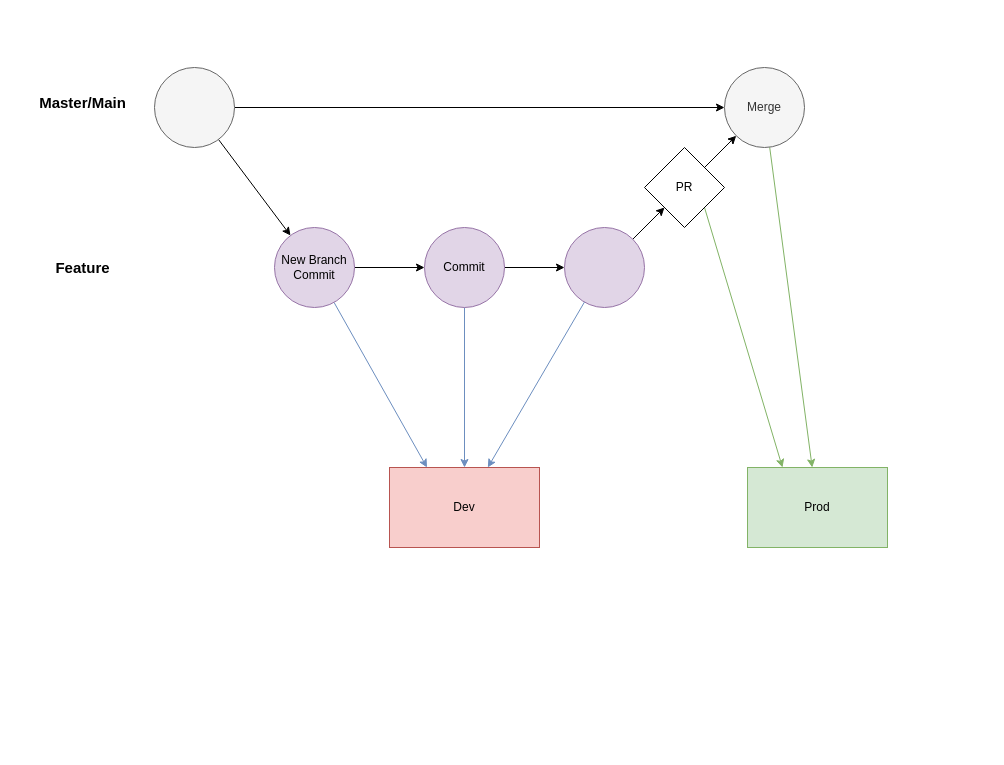
The draw.io diagram page "Pipeline Triggers" (3 of 3) of Sketchpad.drawio in ateterine/plains, before the edit. Source tidied: cells renumbered, new cells numbered last; positions are measured from the earlier drawing's top-left corner, leaving out a move shared by most shapes. Both pictures are drawn from the tidied source at 100%, with x=0, y=0 at pixel (27, 67).
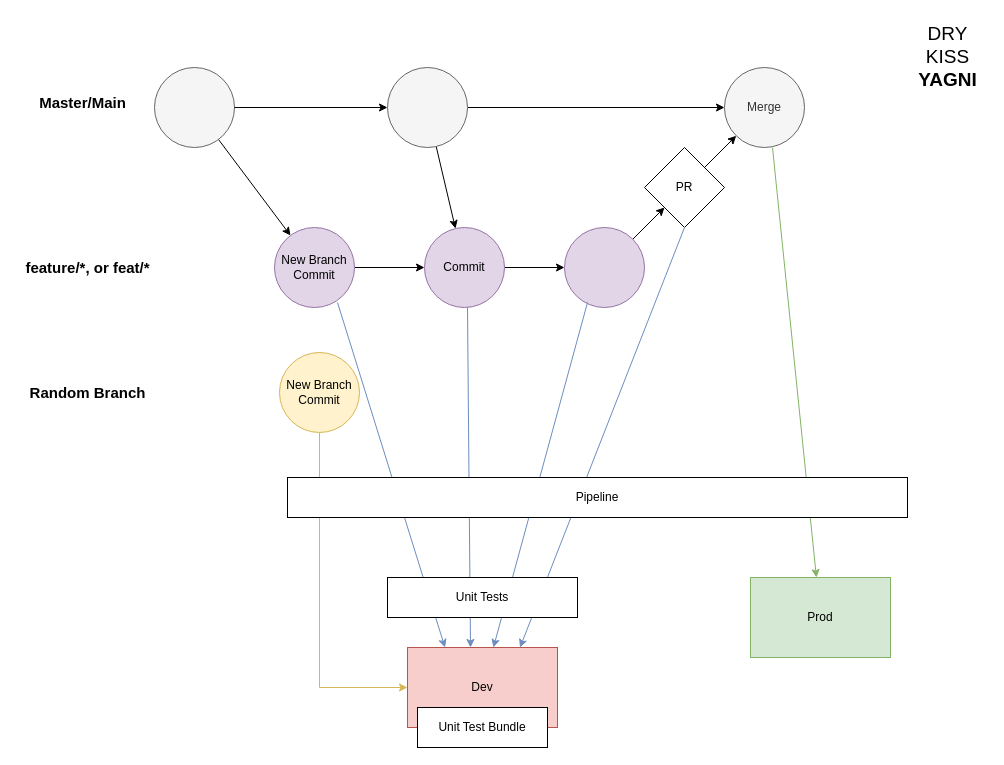
After the change.

Unchanged cells that the change refers to:
```xml
<mxCell id="6" style="ellipse;whiteSpace=wrap;html=1;fillColor=#f5f5f5;fontColor=#333333;strokeColor=#666666;" parent="1" vertex="1">
  <mxGeometry x="127" width="80" height="80" as="geometry" />
</mxCell>
<mxCell id="8" value="Merge" style="ellipse;whiteSpace=wrap;html=1;fillColor=#f5f5f5;fontColor=#333333;strokeColor=#666666;" parent="1" vertex="1">
  <mxGeometry x="697" width="80" height="80" as="geometry" />
</mxCell>
<mxCell id="11" value="New Branch&lt;div&gt;Commit&lt;/div&gt;" style="ellipse;whiteSpace=wrap;html=1;fillColor=#e1d5e7;strokeColor=#9673a6;" parent="1" vertex="1">
  <mxGeometry x="247" y="160" width="80" height="80" as="geometry" />
</mxCell>
<mxCell id="14" value="Commit" style="ellipse;whiteSpace=wrap;html=1;fillColor=#e1d5e7;strokeColor=#9673a6;" parent="1" vertex="1">
  <mxGeometry x="397" y="160" width="80" height="80" as="geometry" />
</mxCell>
<mxCell id="16" style="ellipse;whiteSpace=wrap;html=1;fillColor=#e1d5e7;strokeColor=#9673a6;" parent="1" vertex="1">
  <mxGeometry x="537" y="160" width="80" height="80" as="geometry" />
</mxCell>
<mxCell id="19" value="PR" style="rhombus;whiteSpace=wrap;html=1;" parent="1" vertex="1">
  <mxGeometry x="617" y="80" width="80" height="80" as="geometry" />
</mxCell>
```

Change to the diagram source:
```diff
@@
-    <mxCell id="2" value="Prod" style="rounded=0;whiteSpace=wrap;html=1;fillColor=#d5e8d4;strokeColor=#82b366;" parent="1" vertex="1">
-      <mxGeometry x="720" y="400" width="140" height="80" as="geometry" />
-    </mxCell>
-    <mxCell id="3" value="Dev" style="rounded=0;whiteSpace=wrap;html=1;fillColor=#f8cecc;strokeColor=#b85450;" parent="1" vertex="1">
-      <mxGeometry x="362" y="400" width="150" height="80" as="geometry" />
-    </mxCell>
-    <mxCell id="4" style="rounded=0;jettySize=auto;html=1;" parent="1" edge="1" source="6" target="8">
+    <mxCell id="4" style="rounded=0;jettySize=auto;html=1;" parent="1" edge="1" source="25" target="8">
       <mxGeometry relative="1" as="geometry" />
     </mxCell>
@@
-    <mxCell id="7" style="rounded=0;jettySize=auto;html=1;fillColor=#d5e8d4;strokeColor=#82b366;" parent="1" edge="1" source="8" target="2">
-      <mxGeometry relative="1" as="geometry" />
-    </mxCell>
@@
-    <mxCell id="10" style="rounded=0;jettySize=auto;html=1;fillColor=#dae8fc;strokeColor=#6c8ebf;entryX=0.25;entryY=0;entryDx=0;entryDy=0;" parent="1" edge="1" source="11" target="3">
-      <mxGeometry relative="1" as="geometry" />
-    </mxCell>
@@
-    <mxCell id="13" style="rounded=0;jettySize=auto;html=1;exitX=0.5;exitY=1;exitDx=0;exitDy=0;entryX=0.5;entryY=0;entryDx=0;entryDy=0;fillColor=#dae8fc;strokeColor=#6c8ebf;" parent="1" edge="1" source="14" target="3">
-      <mxGeometry relative="1" as="geometry" />
-    </mxCell>
@@
-    <mxCell id="18" style="rounded=0;jettySize=auto;html=1;exitX=1;exitY=1;exitDx=0;exitDy=0;entryX=0.25;entryY=0;entryDx=0;entryDy=0;fillColor=#d5e8d4;strokeColor=#82b366;" parent="1" edge="1" source="19" target="2">
-      <mxGeometry relative="1" as="geometry" />
-    </mxCell>
@@
-    <mxCell id="20" style="rounded=0;jettySize=auto;html=1;fillColor=#dae8fc;strokeColor=#6c8ebf;" parent="1" edge="1" source="16" target="3">
-      <mxGeometry relative="1" as="geometry" />
-    </mxCell>
-    <mxCell id="21" value="Feature" style="text;html=1;align=center;verticalAlign=middle;strokeColor=none;fillColor=none;fontStyle=1;fontSize=15;" parent="1" vertex="1">
-      <mxGeometry x="15" y="185" width="80" height="30" as="geometry" />
+    <mxCell id="21" value="feature/*, or feat/*" style="text;html=1;align=center;verticalAlign=middle;strokeColor=none;fillColor=none;fontStyle=1;fontSize=15;" parent="1" vertex="1">
+      <mxGeometry x="-10" y="185" width="140" height="30" as="geometry" />
     </mxCell>
@@
+    <mxCell id="23" style="rounded=0;jettySize=auto;html=1;" parent="1" edge="1" source="6" target="25">
+      <mxGeometry relative="1" as="geometry" />
+    </mxCell>
+    <mxCell id="24" style="rounded=0;jettySize=auto;html=1;" parent="1" edge="1" source="25" target="14">
+      <mxGeometry relative="1" as="geometry" />
+    </mxCell>
+    <mxCell id="25" style="ellipse;whiteSpace=wrap;html=1;fillColor=#f5f5f5;fontColor=#333333;strokeColor=#666666;" parent="1" vertex="1">
+      <mxGeometry x="360" width="80" height="80" as="geometry" />
+    </mxCell>
+    <mxCell id="26" parent="0" />
+    <mxCell id="2" value="Prod" style="rounded=0;whiteSpace=wrap;html=1;fillColor=#d5e8d4;strokeColor=#82b366;" parent="26" vertex="1">
+      <mxGeometry x="723" y="510" width="140" height="80" as="geometry" />
+    </mxCell>
+    <mxCell id="3" value="Dev" style="rounded=0;whiteSpace=wrap;html=1;fillColor=#f8cecc;strokeColor=#b85450;" parent="26" vertex="1">
+      <mxGeometry x="380" y="580" width="150" height="80" as="geometry" />
+    </mxCell>
+    <mxCell id="27" style="rounded=0;jettySize=auto;html=1;fillColor=#d5e8d4;strokeColor=#82b366;" parent="26" edge="1" target="2">
+      <mxGeometry relative="1" as="geometry">
+        <mxPoint x="745" y="80" as="sourcePoint" />
+      </mxGeometry>
+    </mxCell>
+    <mxCell id="28" style="rounded=0;jettySize=auto;html=1;fillColor=#dae8fc;strokeColor=#6c8ebf;entryX=0.25;entryY=0;entryDx=0;entryDy=0;" parent="26" edge="1" target="3">
+      <mxGeometry relative="1" as="geometry">
+        <mxPoint x="310" y="235" as="sourcePoint" />
+      </mxGeometry>
+    </mxCell>
+    <mxCell id="29" style="rounded=0;jettySize=auto;html=1;exitX=0.5;exitY=1;exitDx=0;exitDy=0;entryX=0.42;entryY=0;entryDx=0;entryDy=0;fillColor=#dae8fc;strokeColor=#6c8ebf;entryPerimeter=0;" parent="26" edge="1" target="3">
+      <mxGeometry relative="1" as="geometry">
+        <mxPoint x="440" y="240" as="sourcePoint" />
+      </mxGeometry>
+    </mxCell>
+    <mxCell id="30" style="rounded=0;jettySize=auto;html=1;exitX=0.5;exitY=1;exitDx=0;exitDy=0;entryX=0.75;entryY=0;entryDx=0;entryDy=0;fillColor=#dae8fc;strokeColor=#6c8ebf;" parent="26" edge="1" source="19" target="3">
+      <mxGeometry relative="1" as="geometry" />
+    </mxCell>
+    <mxCell id="31" style="rounded=0;jettySize=auto;html=1;fillColor=#dae8fc;strokeColor=#6c8ebf;" parent="26" edge="1" target="3">
+      <mxGeometry relative="1" as="geometry">
+        <mxPoint x="560" y="235" as="sourcePoint" />
+      </mxGeometry>
+    </mxCell>
+    <mxCell id="32" value="Unit Tests" style="rounded=0;whiteSpace=wrap;html=1;" parent="26" vertex="1">
+      <mxGeometry x="360" y="510" width="190" height="40" as="geometry" />
+    </mxCell>
+    <mxCell id="33" value="Unit Test Bundle" style="rounded=0;whiteSpace=wrap;html=1;" parent="26" vertex="1">
+      <mxGeometry x="390" y="640" width="130" height="40" as="geometry" />
+    </mxCell>
+    <mxCell id="34" style="edgeStyle=orthogonalEdgeStyle;rounded=0;jettySize=auto;html=1;entryX=0;entryY=0.5;entryDx=0;entryDy=0;exitX=0.5;exitY=1;exitDx=0;exitDy=0;fillColor=#fff2cc;strokeColor=#d6b656;" parent="26" edge="1" source="35" target="3">
+      <mxGeometry relative="1" as="geometry" />
+    </mxCell>
+    <mxCell id="35" value="New Branch&lt;div&gt;Commit&lt;/div&gt;" style="ellipse;whiteSpace=wrap;html=1;fillColor=#fff2cc;strokeColor=#d6b656;" parent="26" vertex="1">
+      <mxGeometry x="252" y="285" width="80" height="80" as="geometry" />
+    </mxCell>
+    <mxCell id="36" value="Random Branch" style="text;html=1;align=center;verticalAlign=middle;strokeColor=none;fillColor=none;fontStyle=1;fontSize=15;" parent="26" vertex="1">
+      <mxGeometry x="-5" y="310" width="130" height="30" as="geometry" />
+    </mxCell>
+    <mxCell id="37" value="&lt;div&gt;&lt;font style=&quot;font-size: 19px;&quot;&gt;DRY&lt;/font&gt;&lt;/div&gt;&lt;div&gt;&lt;font style=&quot;font-size: 19px;&quot;&gt;KISS&lt;/font&gt;&lt;/div&gt;&lt;font style=&quot;font-size: 19px;&quot;&gt;&lt;b&gt;YAGNI&lt;/b&gt;&lt;/font&gt;" style="text;html=1;align=center;verticalAlign=middle;strokeColor=none;fillColor=none;" parent="26" vertex="1">
+      <mxGeometry x="880" y="-50" width="80" height="80" as="geometry" />
+    </mxCell>
+    <mxCell id="38" value="Pipeline" style="rounded=0;whiteSpace=wrap;html=1;" parent="26" vertex="1">
+      <mxGeometry x="260" y="410" width="620" height="40" as="geometry" />
+    </mxCell>
```
